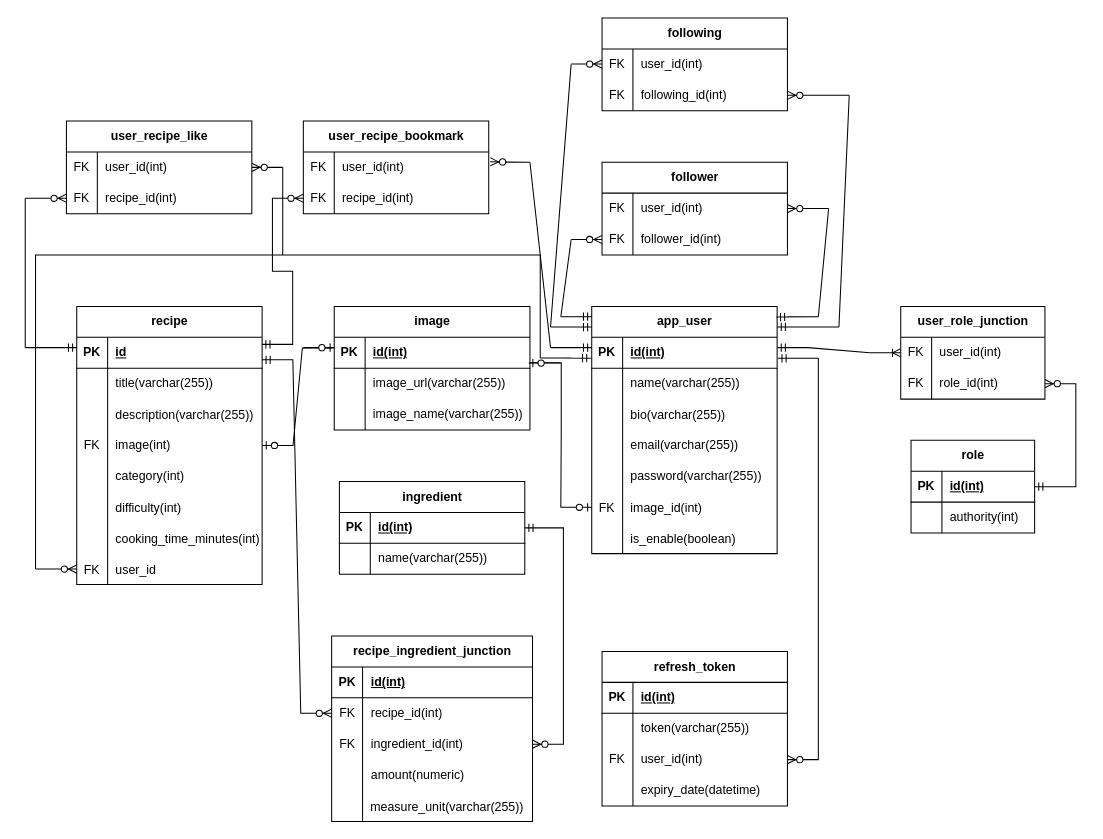
Earlier version of the draw.io diagram diagrams/ERD.drawio (nastenka-ooops/CooksCorner). Source tidied: cells renumbered, new cells numbered last; positions are measured from the earlier drawing's top-left corner, leaving out a move shared by most shapes. Both pictures are drawn from the tidied source at 103%, with x=0, y=0 at pixel (25, 18).
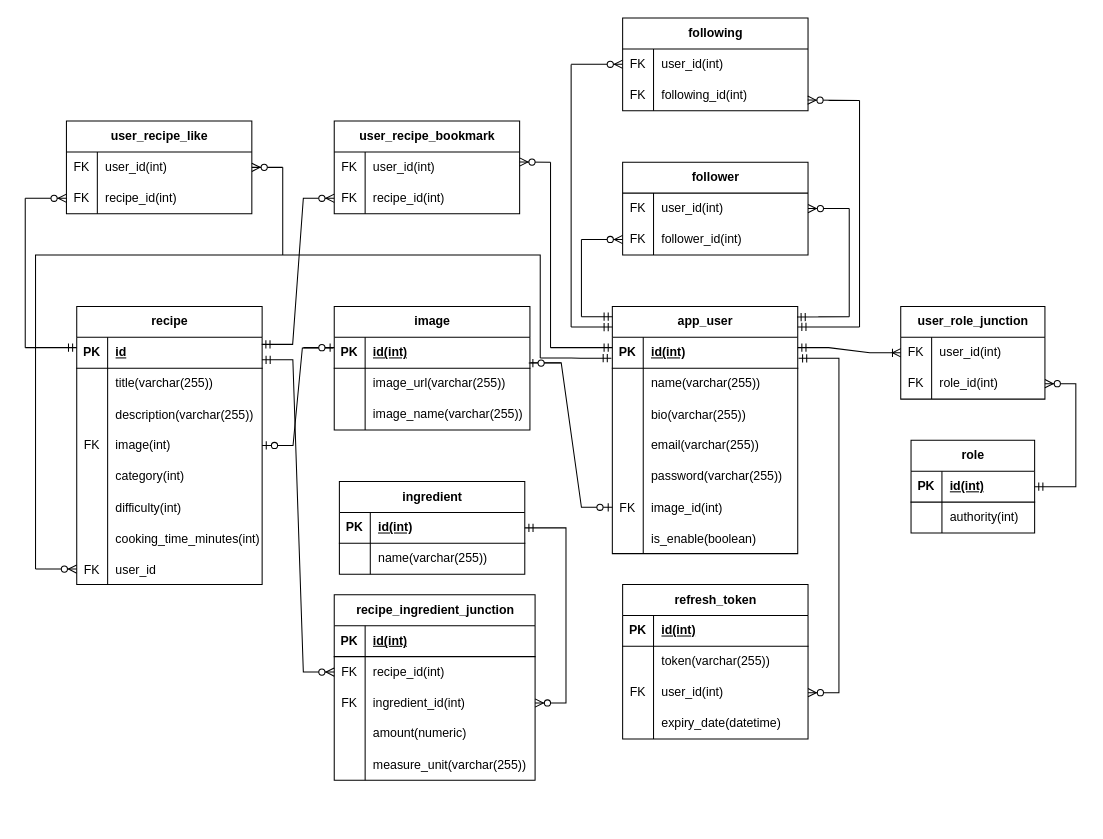
The same diagram, later.

Unchanged cells that the change refers to:
```xml
<mxCell id="32" style="shape=tableRow;horizontal=0;startSize=0;swimlaneHead=0;swimlaneBody=0;fillColor=none;points=[[0,0.5],[1,0.5]];portConstraint=eastwest;top=0;left=0;right=0;bottom=0;" parent="31" vertex="1">
  <mxGeometry y="30" width="140" height="30" as="geometry" />
</mxCell>
<mxCell id="122" style="shape=tableRow;horizontal=0;startSize=0;swimlaneHead=0;swimlaneBody=0;fillColor=none;points=[[0,0.5],[1,0.5]];portConstraint=eastwest;top=0;left=0;right=0;bottom=0;" parent="121" vertex="1">
  <mxGeometry y="30" width="180" height="30" as="geometry" />
</mxCell>
<mxCell id="125" style="shape=tableRow;horizontal=0;startSize=0;swimlaneHead=0;swimlaneBody=0;fillColor=none;points=[[0,0.5],[1,0.5]];portConstraint=eastwest;top=0;left=0;right=0;bottom=0;" parent="121" vertex="1">
  <mxGeometry y="60" width="180" height="30" as="geometry" />
</mxCell>
<mxCell id="132" style="shape=tableRow;horizontal=0;startSize=0;swimlaneHead=0;swimlaneBody=0;fillColor=none;points=[[0,0.5],[1,0.5]];portConstraint=eastwest;top=0;left=0;right=0;bottom=0;" parent="128" vertex="1">
  <mxGeometry y="60" width="180" height="30" as="geometry" />
</mxCell>
<mxCell id="155" style="shape=tableRow;horizontal=0;startSize=0;swimlaneHead=0;swimlaneBody=0;fillColor=none;points=[[0,0.5],[1,0.5]];portConstraint=eastwest;top=0;left=0;right=0;bottom=0;" parent="154" vertex="1">
  <mxGeometry y="30" width="180" height="30" as="geometry" />
</mxCell>
```

Change to the diagram source:
```diff
@@
     <mxCell id="2" value="app_user" style="shape=table;startSize=30;childLayout=tableLayout;rowLines=0;fontStyle=1;align=center;html=1;" parent="1" vertex="1">
-      <mxGeometry x="550" y="280" width="180" height="240" as="geometry" />
+      <mxGeometry x="570" y="280" width="180" height="240" as="geometry" />
     </mxCell>
@@
     <mxCell id="38" style="edgeStyle=entityRelationEdgeStyle;fontSize=12;html=1;endArrow=ERoneToMany;startArrow=ERmandOne;rounded=0;entryX=0;entryY=0.5;entryDx=0;entryDy=0;" parent="1" edge="1" target="32">
       <mxGeometry relative="1" as="geometry">
-        <mxPoint x="730" y="320" as="sourcePoint" />
+        <mxPoint x="750" y="320" as="sourcePoint" />
       </mxGeometry>
     </mxCell>
@@
     <mxCell id="82" value="recipe_ingredient_junction" style="shape=table;startSize=30;childLayout=tableLayout;rowLines=0;fontStyle=1;align=center;html=1;" parent="1" vertex="1">
-      <mxGeometry x="297.5" y="600" width="195" height="180" as="geometry" />
+      <mxGeometry x="300" y="560" width="195" height="180" as="geometry" />
     </mxCell>
@@
     <mxCell id="104" value="refresh_token" style="shape=table;startSize=30;childLayout=tableLayout;rowLines=0;fontStyle=1;align=center;html=1;" parent="1" vertex="1">
-      <mxGeometry x="560" y="615" width="180" height="150" as="geometry" />
+      <mxGeometry x="580" y="550" width="180" height="150" as="geometry" />
     </mxCell>
@@
     <mxCell id="119" style="edgeStyle=entityRelationEdgeStyle;fontSize=12;html=1;endArrow=ERmandOne;rounded=0;entryX=-0.005;entryY=0.244;entryDx=0;entryDy=0;entryPerimeter=0;" parent="1" edge="1">
       <mxGeometry relative="1" as="geometry">
         <mxPoint x="500" y="330" as="sourcePoint" />
-        <mxPoint x="549.1" y="330.3" as="targetPoint" />
+        <mxPoint x="569.1" y="330.3" as="targetPoint" />
       </mxGeometry>
     </mxCell>
@@
     <mxCell id="121" value="follower" style="shape=table;startSize=30;childLayout=tableLayout;rowLines=0;fontStyle=1;align=center;html=1;" parent="1" vertex="1">
-      <mxGeometry x="560" y="140" width="180" height="90" as="geometry" />
+      <mxGeometry x="580" y="140" width="180" height="90" as="geometry" />
     </mxCell>
@@
     <mxCell id="128" value="following" style="shape=table;startSize=30;childLayout=tableLayout;rowLines=0;fontStyle=1;align=center;html=1;" parent="1" vertex="1">
-      <mxGeometry x="560" width="180" height="90" as="geometry" />
+      <mxGeometry x="580" width="180" height="90" as="geometry" />
     </mxCell>
@@
     <mxCell id="135" style="edgeStyle=entityRelationEdgeStyle;fontSize=12;html=1;endArrow=ERzeroToMany;endFill=1;rounded=0;entryX=1;entryY=0.5;entryDx=0;entryDy=0;" parent="1" edge="1" target="122">
       <mxGeometry relative="1" as="geometry">
-        <mxPoint x="750" y="185" as="sourcePoint" />
+        <mxPoint x="770" y="185" as="sourcePoint" />
       </mxGeometry>
     </mxCell>
     <mxCell id="136" style="edgeStyle=entityRelationEdgeStyle;fontSize=12;html=1;endArrow=ERmandOne;rounded=0;entryX=0.996;entryY=0.043;entryDx=0;entryDy=0;entryPerimeter=0;" parent="1" edge="1" target="2">
       <mxGeometry relative="1" as="geometry">
-        <mxPoint x="740" y="290" as="sourcePoint" />
+        <mxPoint x="770" y="290" as="sourcePoint" />
       </mxGeometry>
     </mxCell>
-    <mxCell id="137" style="edgeStyle=entityRelationEdgeStyle;fontSize=12;html=1;endArrow=ERzeroToMany;endFill=1;rounded=0;entryX=1;entryY=0.5;entryDx=0;entryDy=0;" parent="1" edge="1" target="132">
+    <mxCell id="137" style="edgeStyle=entityRelationEdgeStyle;fontSize=12;html=1;endArrow=ERzeroToMany;endFill=1;rounded=0;entryX=0.998;entryY=0.655;entryDx=0;entryDy=0;entryPerimeter=0;" parent="1" edge="1" target="132">
       <mxGeometry relative="1" as="geometry">
-        <mxPoint x="770" y="75" as="sourcePoint" />
+        <mxPoint x="780" y="80" as="sourcePoint" />
         <Array as="points">
-          <mxPoint x="760" y="80" />
+          <mxPoint x="820" y="75" />
+          <mxPoint x="820" y="70" />
+          <mxPoint x="820" y="70" />
         </Array>
       </mxGeometry>
     </mxCell>
     <mxCell id="138" style="edgeStyle=entityRelationEdgeStyle;fontSize=12;html=1;endArrow=ERmandOne;rounded=0;entryX=1;entryY=0.083;entryDx=0;entryDy=0;entryPerimeter=0;" parent="1" edge="1" target="2">
       <mxGeometry relative="1" as="geometry">
-        <mxPoint x="760" y="300" as="sourcePoint" />
+        <mxPoint x="780" y="300" as="sourcePoint" />
         <Array as="points">
-          <mxPoint x="790" y="300" />
-          <mxPoint x="790" y="300" />
-          <mxPoint x="790" y="300" />
+          <mxPoint x="810" y="300" />
+          <mxPoint x="810" y="300" />
+          <mxPoint x="810" y="300" />
         </Array>
       </mxGeometry>
     </mxCell>
-    <mxCell id="139" style="edgeStyle=entityRelationEdgeStyle;fontSize=12;html=1;endArrow=ERzeroToMany;endFill=1;rounded=0;entryX=0;entryY=0.5;entryDx=0;entryDy=0;" parent="1" edge="1" target="125">
-      <mxGeometry relative="1" as="geometry">
-        <mxPoint x="530" y="215" as="sourcePoint" />
-      </mxGeometry>
-    </mxCell>
-    <mxCell id="140" style="edgeStyle=entityRelationEdgeStyle;fontSize=12;html=1;endArrow=ERzeroToMany;endFill=1;rounded=0;entryX=0;entryY=0.5;entryDx=0;entryDy=0;" parent="1" edge="1">
-      <mxGeometry relative="1" as="geometry">
-        <mxPoint x="530" y="44.7" as="sourcePoint" />
-        <mxPoint x="560" y="44.7" as="targetPoint" />
-      </mxGeometry>
-    </mxCell>
     <mxCell id="141" style="edgeStyle=entityRelationEdgeStyle;fontSize=12;html=1;endArrow=ERmandOne;rounded=0;" parent="1" edge="1">
       <mxGeometry relative="1" as="geometry">
-        <mxPoint x="520" y="290" as="sourcePoint" />
-        <mxPoint x="550" y="290" as="targetPoint" />
+        <mxPoint x="540" y="290" as="sourcePoint" />
+        <mxPoint x="570" y="290" as="targetPoint" />
         <Array as="points">
-          <mxPoint x="530" y="290" />
-          <mxPoint x="540" y="290" />
+          <mxPoint x="550" y="290" />
+          <mxPoint x="560" y="290" />
         </Array>
       </mxGeometry>
     </mxCell>
     <mxCell id="142" style="edgeStyle=entityRelationEdgeStyle;fontSize=12;html=1;endArrow=ERmandOne;rounded=0;" parent="1" edge="1">
       <mxGeometry relative="1" as="geometry">
-        <mxPoint x="510" y="300" as="sourcePoint" />
-        <mxPoint x="550" y="300" as="targetPoint" />
+        <mxPoint x="530" y="300" as="sourcePoint" />
+        <mxPoint x="570" y="300" as="targetPoint" />
       </mxGeometry>
     </mxCell>
     <mxCell id="143" style="endArrow=none;html=1;rounded=0;" parent="1" edge="1">
       <mxGeometry relative="1" as="geometry">
         <mxPoint x="530" y="45" as="sourcePoint" />
-        <mxPoint x="510" y="300" as="targetPoint" />
+        <mxPoint x="530" y="300" as="targetPoint" />
       </mxGeometry>
     </mxCell>
     <mxCell id="144" style="endArrow=none;html=1;rounded=0;" parent="1" edge="1">
       <mxGeometry relative="1" as="geometry">
-        <mxPoint x="520" y="290" as="sourcePoint" />
-        <mxPoint x="530" y="215" as="targetPoint" />
+        <mxPoint x="540" y="290" as="sourcePoint" />
+        <mxPoint x="540" y="215" as="targetPoint" />
       </mxGeometry>
     </mxCell>
     <mxCell id="145" style="endArrow=none;html=1;rounded=0;" parent="1" edge="1">
       <mxGeometry relative="1" as="geometry">
-        <mxPoint x="790" y="300" as="sourcePoint" />
-        <mxPoint x="800" y="75" as="targetPoint" />
+        <mxPoint x="810" y="300" as="sourcePoint" />
+        <mxPoint x="810" y="80" as="targetPoint" />
       </mxGeometry>
     </mxCell>
     <mxCell id="146" style="endArrow=none;html=1;rounded=0;" parent="1" edge="1">
       <mxGeometry relative="1" as="geometry">
-        <mxPoint x="770" y="290" as="sourcePoint" />
-        <mxPoint x="780" y="185" as="targetPoint" />
+        <mxPoint x="800" y="290" as="sourcePoint" />
+        <mxPoint x="800" y="185" as="targetPoint" />
       </mxGeometry>
     </mxCell>
@@
     <mxCell id="154" value="user_recipe_bookmark" style="shape=table;startSize=30;childLayout=tableLayout;rowLines=0;fontStyle=1;align=center;html=1;" parent="1" vertex="1">
-      <mxGeometry x="270" y="100" width="180" height="90" as="geometry" />
+      <mxGeometry x="300" y="100" width="180" height="90" as="geometry" />
     </mxCell>
@@
-    <mxCell id="161" style="edgeStyle=entityRelationEdgeStyle;fontSize=12;html=1;endArrow=ERzeroToMany;endFill=1;rounded=0;entryX=1.008;entryY=0.319;entryDx=0;entryDy=0;entryPerimeter=0;" parent="1" edge="1" target="155">
+    <mxCell id="161" style="edgeStyle=entityRelationEdgeStyle;fontSize=12;html=1;endArrow=ERzeroToMany;endFill=1;rounded=0;entryX=1;entryY=0.326;entryDx=0;entryDy=0;entryPerimeter=0;" parent="1" edge="1" target="155">
       <mxGeometry relative="1" as="geometry">
-        <mxPoint x="460" y="140" as="sourcePoint" />
+        <mxPoint x="480" y="140" as="sourcePoint" />
         <Array as="points">
           <mxPoint x="464" y="147" />
           <mxPoint x="464" y="148" />
           <mxPoint x="494" y="107" />
         </Array>
       </mxGeometry>
     </mxCell>
     <mxCell id="162" style="edgeStyle=entityRelationEdgeStyle;fontSize=12;html=1;endArrow=ERmandOne;rounded=0;" parent="1" edge="1">
       <mxGeometry relative="1" as="geometry">
         <mxPoint x="510" y="320" as="sourcePoint" />
-        <mxPoint x="550" y="320" as="targetPoint" />
+        <mxPoint x="570" y="320" as="targetPoint" />
       </mxGeometry>
     </mxCell>
     <mxCell id="163" style="endArrow=none;html=1;rounded=0;" parent="1" edge="1">
       <mxGeometry relative="1" as="geometry">
-        <mxPoint x="490" y="140" as="sourcePoint" />
+        <mxPoint x="510" y="140" as="sourcePoint" />
         <mxPoint x="510" y="320" as="targetPoint" />
       </mxGeometry>
     </mxCell>
@@
+    <mxCell id="170" style="edgeStyle=entityRelationEdgeStyle;fontSize=12;html=1;endArrow=ERzeroToMany;endFill=1;rounded=0;entryX=0;entryY=0.5;entryDx=0;entryDy=0;" parent="1" edge="1" target="125">
+      <mxGeometry relative="1" as="geometry">
+        <mxPoint x="540" y="215" as="sourcePoint" />
+      </mxGeometry>
+    </mxCell>
+    <mxCell id="171" style="edgeStyle=entityRelationEdgeStyle;fontSize=12;html=1;endArrow=ERzeroToMany;endFill=1;rounded=0;" parent="1" edge="1">
+      <mxGeometry relative="1" as="geometry">
+        <mxPoint x="530" y="44.9" as="sourcePoint" />
+        <mxPoint x="580" y="44.9" as="targetPoint" />
+      </mxGeometry>
+    </mxCell>
```
